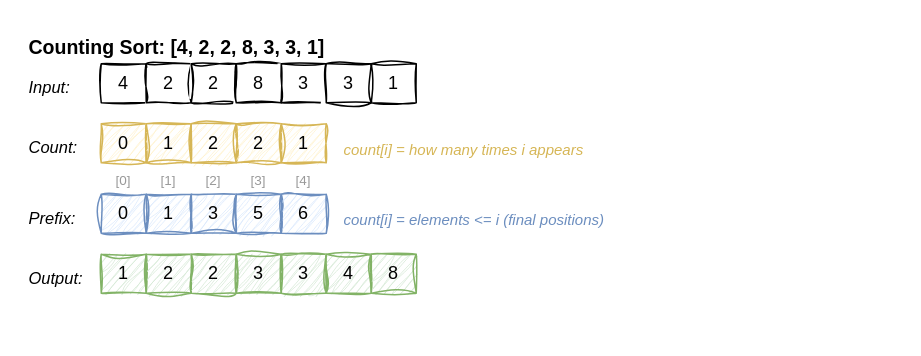
ospatil/dsapy keeps this draw.io diagram as docs/diagrams/counting-sort-steps.drawio. Above is the earlier version. Source tidied: cells renumbered, new cells numbered last; positions are measured from the earlier drawing's top-left corner, leaving out a move shared by most shapes. Both pictures are drawn from the tidied source at 150%, with x=0, y=0 at pixel (26, 26).
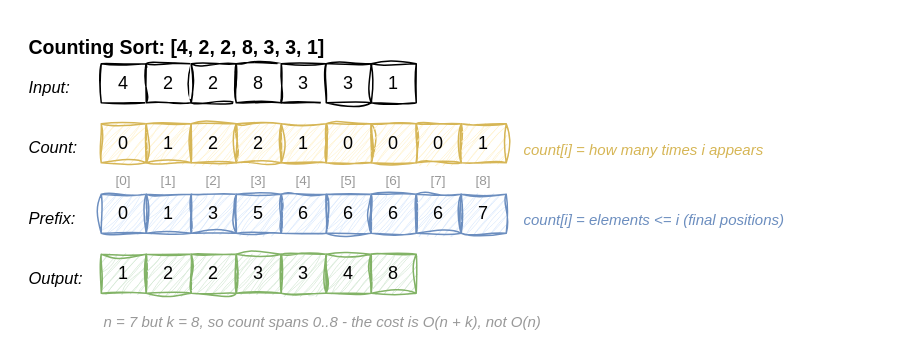
After the change.

Diff of the diagram source:
```diff
@@
+    <mxCell id="38" value="0" style="rounded=0;whiteSpace=wrap;sketch=1;hachureGap=4;jiggle=2;fontSize=12;fillColor=#fff2cc;strokeColor=#d6b656;" parent="1" vertex="1">
+      <mxGeometry x="200" y="65" width="30" height="26" as="geometry" />
+    </mxCell>
+    <mxCell id="39" value="0" style="rounded=0;whiteSpace=wrap;sketch=1;hachureGap=4;jiggle=2;fontSize=12;fillColor=#fff2cc;strokeColor=#d6b656;" parent="1" vertex="1">
+      <mxGeometry x="230" y="65" width="30" height="26" as="geometry" />
+    </mxCell>
+    <mxCell id="40" value="0" style="rounded=0;whiteSpace=wrap;sketch=1;hachureGap=4;jiggle=2;fontSize=12;fillColor=#fff2cc;strokeColor=#d6b656;" parent="1" vertex="1">
+      <mxGeometry x="260" y="65" width="30" height="26" as="geometry" />
+    </mxCell>
+    <mxCell id="41" value="1" style="rounded=0;whiteSpace=wrap;sketch=1;hachureGap=4;jiggle=2;fontSize=12;fillColor=#fff2cc;strokeColor=#d6b656;" parent="1" vertex="1">
+      <mxGeometry x="290" y="65" width="30" height="26" as="geometry" />
+    </mxCell>
@@
+    <mxCell id="42" value="[5]" style="text;fontSize=9;sketch=0;fontColor=#999;align=center;" parent="1" vertex="1">
+      <mxGeometry x="200" y="91" width="30" height="12" as="geometry" />
+    </mxCell>
+    <mxCell id="43" value="[6]" style="text;fontSize=9;sketch=0;fontColor=#999;align=center;" parent="1" vertex="1">
+      <mxGeometry x="230" y="91" width="30" height="12" as="geometry" />
+    </mxCell>
+    <mxCell id="44" value="[7]" style="text;fontSize=9;sketch=0;fontColor=#999;align=center;" parent="1" vertex="1">
+      <mxGeometry x="260" y="91" width="30" height="12" as="geometry" />
+    </mxCell>
+    <mxCell id="45" value="[8]" style="text;fontSize=9;sketch=0;fontColor=#999;align=center;" parent="1" vertex="1">
+      <mxGeometry x="290" y="91" width="30" height="12" as="geometry" />
+    </mxCell>
     <mxCell id="22" value="count[i] = how many times i appears" style="text;fontSize=10;sketch=0;fontColor=#d6b656;fontStyle=2;" parent="1" vertex="1">
-      <mxGeometry x="210" y="70" width="220" height="15" as="geometry" />
+      <mxGeometry x="330" y="70" width="220" height="15" as="geometry" />
     </mxCell>
@@
+    <mxCell id="46" value="6" style="rounded=0;whiteSpace=wrap;sketch=1;hachureGap=4;jiggle=2;fontSize=12;fillColor=#dae8fc;strokeColor=#6c8ebf;" parent="1" vertex="1">
+      <mxGeometry x="200" y="112" width="30" height="26" as="geometry" />
+    </mxCell>
+    <mxCell id="47" value="6" style="rounded=0;whiteSpace=wrap;sketch=1;hachureGap=4;jiggle=2;fontSize=12;fillColor=#dae8fc;strokeColor=#6c8ebf;" parent="1" vertex="1">
+      <mxGeometry x="230" y="112" width="30" height="26" as="geometry" />
+    </mxCell>
+    <mxCell id="48" value="6" style="rounded=0;whiteSpace=wrap;sketch=1;hachureGap=4;jiggle=2;fontSize=12;fillColor=#dae8fc;strokeColor=#6c8ebf;" parent="1" vertex="1">
+      <mxGeometry x="260" y="112" width="30" height="26" as="geometry" />
+    </mxCell>
+    <mxCell id="49" value="7" style="rounded=0;whiteSpace=wrap;sketch=1;hachureGap=4;jiggle=2;fontSize=12;fillColor=#dae8fc;strokeColor=#6c8ebf;" parent="1" vertex="1">
+      <mxGeometry x="290" y="112" width="30" height="26" as="geometry" />
+    </mxCell>
     <mxCell id="29" value="count[i] = elements &lt;= i (final positions)" style="text;fontSize=10;sketch=0;fontColor=#6c8ebf;fontStyle=2;" parent="1" vertex="1">
-      <mxGeometry x="210" y="117" width="250" height="15" as="geometry" />
+      <mxGeometry x="330" y="117" width="250" height="15" as="geometry" />
     </mxCell>
+    <mxCell id="50" value="n = 7 but k = 8, so count spans 0..8 - the cost is O(n + k), not O(n)" style="text;fontSize=10;sketch=0;fontColor=#999;fontStyle=2;" parent="1" vertex="1">
+      <mxGeometry x="50" y="185" width="420" height="15" as="geometry" />
+    </mxCell>
```
